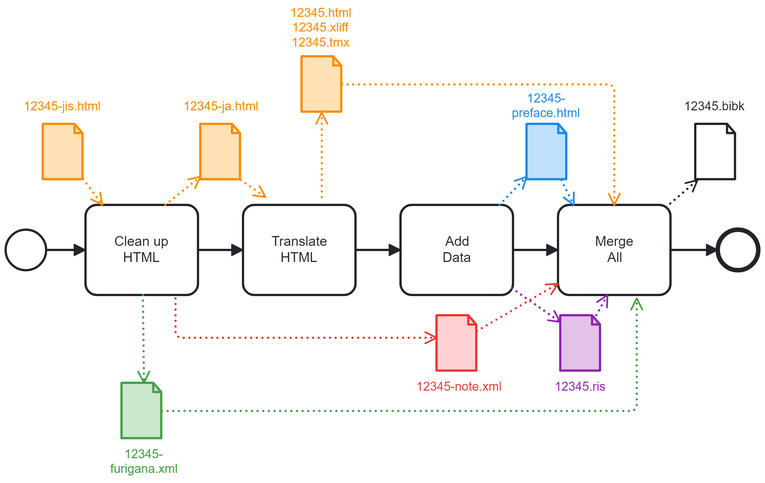
Earlier version of the BPMN export 0-InitialWorkflow.png (japotrad/blue-sora). Its source is kept beside it as 0-InitialWorkflow.bpmn. Ids are renumbered.
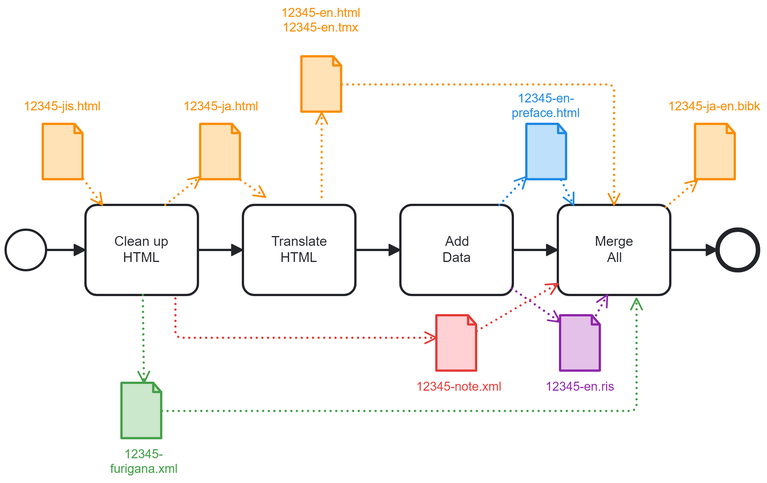
The same diagram one commit later.

Commit message:
Work on Readme: Add 2-Translate, and small adjustments here and there.

The edit, as a diff of the source:
```diff
@@ -1,8 +1,23 @@
 <bpmn:definitions xmlns:bpmn="http://www.omg.org/spec/BPMN/20100524/MODEL" xmlns:bpmndi="http://www.omg.org/spec/BPMN/20100524/DI" xmlns:dc="http://www.omg.org/spec/DD/20100524/DC" xmlns:bioc="http://bpmn.io/schema/bpmn/biocolor/1.0" xmlns:color="http://www.omg.org/spec/BPMN/non-normative/color/1.0" xmlns:di="http://www.omg.org/spec/DD/20100524/DI" xmlns:modeler="http://camunda.org/schema/modeler/1.0" id="Definitions_n1" targetNamespace="http://bpmn.io/schema/bpmn" exporter="Camunda Modeler" exporterVersion="5.29.0" modeler:executionPlatform="Camunda Cloud" modeler:executionPlatformVersion="8.2.0">
   <bpmn:process id="buildDbk" name="buildDbk" isExecutable="true">
-    <bpmn:startEvent id="StartEvent_1">
-      <bpmn:outgoing>Flow_n2</bpmn:outgoing>
-    </bpmn:startEvent>
+    <bpmn:dataObjectReference id="DataObjectReference_n27" name="12345-en-preface.html" dataObjectRef="DataObject_n43" />
+    <bpmn:dataObjectReference id="DataObjectReference_n19" name="12345-en.html&#10;12345-en.tmx" dataObjectRef="DataObject_n22" />
+    <bpmn:dataObjectReference id="DataObjectReference_n29" name="12345-en.ris" dataObjectRef="DataObject_n44" />
+    <bpmn:dataObjectReference id="DataObjectReference_n13" name="12345-furigana.xml" dataObjectRef="DataObject_n40" />
+    <bpmn:dataObjectReference id="DataObjectReference_n39" name="12345-ja-en.bibk" dataObjectRef="DataObject_n41" />
+    <bpmn:dataObjectReference id="DataObjectReference_n9" name="12345-ja.html" dataObjectRef="DataObject_n21" />
+    <bpmn:dataObjectReference id="DataObjectReference_n7" name="12345-jis.html" dataObjectRef="DataObject_n23" />
+    <bpmn:dataObjectReference id="DataObjectReference_n11" name="12345-note.xml" dataObjectRef="DataObject_n20" />
+    <bpmn:task id="Activity_n24" name="Add&#10;Data">
+      <bpmn:incoming>Flow_n15</bpmn:incoming>
+      <bpmn:outgoing>Flow_n25</bpmn:outgoing>
+      <bpmn:dataOutputAssociation id="DataOutputAssociation_n26">
+        <bpmn:targetRef>DataObjectReference_n27</bpmn:targetRef>
+      </bpmn:dataOutputAssociation>
+      <bpmn:dataOutputAssociation id="DataOutputAssociation_n28">
+        <bpmn:targetRef>DataObjectReference_n29</bpmn:targetRef>
+      </bpmn:dataOutputAssociation>
+    </bpmn:task>
     <bpmn:task id="Activity_n3" name="Clean up&#10;HTML">
       <bpmn:incoming>Flow_n2</bpmn:incoming>
       <bpmn:outgoing>Flow_n4</bpmn:outgoing>
@@ -21,39 +36,22 @@
         <bpmn:targetRef>DataObjectReference_n13</bpmn:targetRef>
       </bpmn:dataOutputAssociation>
     </bpmn:task>
+    <bpmn:dataObject id="DataObject_n20" />
+    <bpmn:dataObject id="DataObject_n21" />
+    <bpmn:dataObject id="DataObject_n41" />
+    <bpmn:dataObject id="DataObject_n44" />
+    <bpmn:dataObject id="DataObject_n23" />
+    <bpmn:dataObject id="DataObject_n40" />
+    <bpmn:dataObject id="DataObject_n43" />
+    <bpmn:dataObject id="DataObject_n22" />
+    <bpmn:endEvent id="Event_n42">
+      <bpmn:incoming>Flow_n31</bpmn:incoming>
+    </bpmn:endEvent>
+    <bpmn:sequenceFlow id="Flow_n31" sourceRef="Activity_n30" targetRef="Event_n42" />
+    <bpmn:sequenceFlow id="Flow_n15" sourceRef="Activity_n14" targetRef="Activity_n24" />
+    <bpmn:sequenceFlow id="Flow_n4" sourceRef="Activity_n3" targetRef="Activity_n14" />
+    <bpmn:sequenceFlow id="Flow_n25" sourceRef="Activity_n24" targetRef="Activity_n30" />
     <bpmn:sequenceFlow id="Flow_n2" sourceRef="StartEvent_1" targetRef="Activity_n3" />
-    <bpmn:task id="Activity_n14" name="Translate&#10;HTML">
-      <bpmn:incoming>Flow_n4</bpmn:incoming>
-      <bpmn:outgoing>Flow_n15</bpmn:outgoing>
-      <bpmn:property id="Property_n16" name="__targetRef_placeholder" />
-      <bpmn:dataInputAssociation id="DataInputAssociation_n17">
-        <bpmn:sourceRef>DataObjectReference_n9</bpmn:sourceRef>
-        <bpmn:targetRef>Property_n16</bpmn:targetRef>
-      </bpmn:dataInputAssociation>
-      <bpmn:dataOutputAssociation id="DataOutputAssociation_n18">
-        <bpmn:targetRef>DataObjectReference_n19</bpmn:targetRef>
-      </bpmn:dataOutputAssociation>
-    </bpmn:task>
-    <bpmn:sequenceFlow id="Flow_n4" sourceRef="Activity_n3" targetRef="Activity_n14" />
-    <bpmn:dataObjectReference id="DataObjectReference_n11" name="12345-note.xml" dataObjectRef="DataObject_n20" />
-    <bpmn:dataObject id="DataObject_n20" />
-    <bpmn:dataObjectReference id="DataObjectReference_n9" name="12345-ja.html" dataObjectRef="DataObject_n21" />
-    <bpmn:dataObject id="DataObject_n21" />
-    <bpmn:dataObjectReference id="DataObjectReference_n19" name="12345.html&#10;12345.xliff&#10;12345.tmx" dataObjectRef="DataObject_n22" />
-    <bpmn:dataObject id="DataObject_n22" />
-    <bpmn:dataObjectReference id="DataObjectReference_n7" name="12345-jis.html" dataObjectRef="DataObject_n23" />
-    <bpmn:dataObject id="DataObject_n23" />
-    <bpmn:task id="Activity_n24" name="Add&#10;Data">
-      <bpmn:incoming>Flow_n15</bpmn:incoming>
-      <bpmn:outgoing>Flow_n25</bpmn:outgoing>
-      <bpmn:dataOutputAssociation id="DataOutputAssociation_n26">
-        <bpmn:targetRef>DataObjectReference_n27</bpmn:targetRef>
-      </bpmn:dataOutputAssociation>
-      <bpmn:dataOutputAssociation id="DataOutputAssociation_n28">
-        <bpmn:targetRef>DataObjectReference_n29</bpmn:targetRef>
-      </bpmn:dataOutputAssociation>
-    </bpmn:task>
-    <bpmn:sequenceFlow id="Flow_n15" sourceRef="Activity_n14" targetRef="Activity_n24" />
     <bpmn:task id="Activity_n30" name="Merge&#10;All">
       <bpmn:incoming>Flow_n25</bpmn:incoming>
       <bpmn:outgoing>Flow_n31</bpmn:outgoing>
@@ -82,19 +80,21 @@
         <bpmn:targetRef>DataObjectReference_n39</bpmn:targetRef>
       </bpmn:dataOutputAssociation>
     </bpmn:task>
-    <bpmn:sequenceFlow id="Flow_n25" sourceRef="Activity_n24" targetRef="Activity_n30" />
-    <bpmn:dataObjectReference id="DataObjectReference_n13" name="12345-furigana.xml" dataObjectRef="DataObject_n40" />
-    <bpmn:dataObject id="DataObject_n40" />
-    <bpmn:dataObjectReference id="DataObjectReference_n39" name="12345.bibk" dataObjectRef="DataObject_n41" />
-    <bpmn:dataObject id="DataObject_n41" />
-    <bpmn:endEvent id="Event_n42">
-      <bpmn:incoming>Flow_n31</bpmn:incoming>
-    </bpmn:endEvent>
-    <bpmn:sequenceFlow id="Flow_n31" sourceRef="Activity_n30" targetRef="Event_n42" />
-    <bpmn:dataObjectReference id="DataObjectReference_n27" name="12345-preface.html" dataObjectRef="DataObject_n43" />
-    <bpmn:dataObject id="DataObject_n43" />
-    <bpmn:dataObjectReference id="DataObjectReference_n29" name="12345.ris" dataObjectRef="DataObject_n44" />
-    <bpmn:dataObject id="DataObject_n44" />
+    <bpmn:startEvent id="StartEvent_1">
+      <bpmn:outgoing>Flow_n2</bpmn:outgoing>
+    </bpmn:startEvent>
+    <bpmn:task id="Activity_n14" name="Translate&#10;HTML">
+      <bpmn:incoming>Flow_n4</bpmn:incoming>
+      <bpmn:outgoing>Flow_n15</bpmn:outgoing>
+      <bpmn:property id="Property_n16" name="__targetRef_placeholder" />
+      <bpmn:dataInputAssociation id="DataInputAssociation_n17">
+        <bpmn:sourceRef>DataObjectReference_n9</bpmn:sourceRef>
+        <bpmn:targetRef>Property_n16</bpmn:targetRef>
+      </bpmn:dataInputAssociation>
+      <bpmn:dataOutputAssociation id="DataOutputAssociation_n18">
+        <bpmn:targetRef>DataObjectReference_n19</bpmn:targetRef>
+      </bpmn:dataOutputAssociation>
+    </bpmn:task>
   </bpmn:process>
   <bpmndi:BPMNDiagram id="BPMNDiagram_1">
     <bpmndi:BPMNPlane id="BPMNPlane_1" bpmnElement="buildDbk">
@@ -124,7 +124,7 @@
       <bpmndi:BPMNShape id="DataObjectReference_n19_di" bpmnElement="DataObjectReference_n19" bioc:stroke="#fb8c00" bioc:fill="#ffe0b2" color:background-color="#ffe0b2" color:border-color="#fb8c00">
         <dc:Bounds x="442" y="125" width="36" height="50" />
         <bpmndi:BPMNLabel color:color="#fb8c00">
-          <dc:Bounds x="432" y="80" width="55" height="40" />
+          <dc:Bounds x="424" y="80" width="71" height="27" />
         </bpmndi:BPMNLabel>
       </bpmndi:BPMNShape>
       <bpmndi:BPMNShape id="DataObjectReference_n7_di" bpmnElement="DataObjectReference_n7" bioc:stroke="#fb8c00" bioc:fill="#ffe0b2" color:background-color="#ffe0b2" color:border-color="#fb8c00">
@@ -147,10 +147,10 @@
           <dc:Bounds x="272" y="472" width="60" height="27" />
         </bpmndi:BPMNLabel>
       </bpmndi:BPMNShape>
-      <bpmndi:BPMNShape id="DataObjectReference_n39_di" bpmnElement="DataObjectReference_n39">
+      <bpmndi:BPMNShape id="DataObjectReference_n39_di" bpmnElement="DataObjectReference_n39" bioc:stroke="#fb8c00" bioc:fill="#ffe0b2" color:background-color="#ffe0b2" color:border-color="#fb8c00">
         <dc:Bounds x="792" y="185" width="36" height="50" />
         <bpmndi:BPMNLabel>
-          <dc:Bounds x="782" y="163" width="55" height="14" />
+          <dc:Bounds x="768" y="163" width="83" height="14" />
         </bpmndi:BPMNLabel>
       </bpmndi:BPMNShape>
       <bpmndi:BPMNShape id="Event_n42_di" bpmnElement="Event_n42">
@@ -165,7 +165,7 @@
       <bpmndi:BPMNShape id="DataObjectReference_n29_di" bpmnElement="DataObjectReference_n29" bioc:stroke="#8e24aa" bioc:fill="#e1bee7" color:background-color="#e1bee7" color:border-color="#8e24aa">
         <dc:Bounds x="672" y="355" width="36" height="50" />
         <bpmndi:BPMNLabel color:color="#8e24aa">
-          <dc:Bounds x="667" y="412" width="46" height="14" />
+          <dc:Bounds x="659" y="412" width="62" height="14" />
         </bpmndi:BPMNLabel>
       </bpmndi:BPMNShape>
       <bpmndi:BPMNEdge id="DataInputAssociation_n6_di" bpmnElement="DataInputAssociation_n6" bioc:stroke="#fb8c00" color:border-color="#fb8c00">
@@ -235,7 +235,7 @@
         <di:waypoint x="720" y="150" />
         <di:waypoint x="720" y="257" />
       </bpmndi:BPMNEdge>
-      <bpmndi:BPMNEdge id="DataOutputAssociation_n38_di" bpmnElement="DataOutputAssociation_n38">
+      <bpmndi:BPMNEdge id="DataOutputAssociation_n38_di" bpmnElement="DataOutputAssociation_n38" bioc:stroke="#fb8c00" color:border-color="#fb8c00">
         <di:waypoint x="766" y="259" />
         <di:waypoint x="794" y="235" />
       </bpmndi:BPMNEdge>
```
